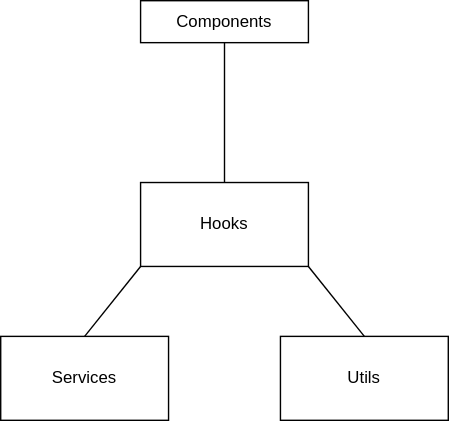
Before: Structure.svg, a diagram exported from draw.io (LauriKajakko/reaktor-challenge-2021). Source tidied: cells renumbered, new cells last; positions are measured from the earlier drawing's top-left corner, leaving out a move shared by most shapes. Source of this version:
```xml
<mxGraphModel>
  <root>
    <mxCell id="0" />
    <mxCell id="1" parent="0" />
    <mxCell id="2" style="rounded=0;whiteSpace=wrap;html=1;" parent="1" vertex="1">
      <mxGeometry x="100" y="130" width="120" height="60" as="geometry" />
    </mxCell>
    <mxCell id="3" style="rounded=0;whiteSpace=wrap;html=1;" parent="1" vertex="1">
      <mxGeometry x="200" y="240" width="120" height="60" as="geometry" />
    </mxCell>
    <mxCell id="4" value="Hooks" style="text;html=1;strokeColor=none;fillColor=none;align=center;verticalAlign=middle;whiteSpace=wrap;rounded=0;" parent="1" vertex="1">
      <mxGeometry x="140" y="150" width="40" height="20" as="geometry" />
    </mxCell>
    <mxCell id="5" value="Utils" style="text;html=1;strokeColor=none;fillColor=none;align=center;verticalAlign=middle;whiteSpace=wrap;rounded=0;" parent="1" vertex="1">
      <mxGeometry x="240" y="260" width="40" height="20" as="geometry" />
    </mxCell>
    <mxCell id="6" style="rounded=0;whiteSpace=wrap;html=1;" parent="1" vertex="1">
      <mxGeometry y="240" width="120" height="60" as="geometry" />
    </mxCell>
    <mxCell id="7" value="Services" style="text;html=1;strokeColor=none;fillColor=none;align=center;verticalAlign=middle;whiteSpace=wrap;rounded=0;" parent="1" vertex="1">
      <mxGeometry x="40" y="260" width="40" height="20" as="geometry" />
    </mxCell>
    <mxCell id="8" style="endArrow=none;html=1;entryX=0;entryY=1;entryDx=0;entryDy=0;exitX=0.5;exitY=0;exitDx=0;exitDy=0;" parent="1" edge="1" source="6" target="2">
      <mxGeometry relative="1" as="geometry" />
    </mxCell>
    <mxCell id="9" style="endArrow=none;html=1;entryX=1;entryY=1;entryDx=0;entryDy=0;exitX=0.5;exitY=0;exitDx=0;exitDy=0;" parent="1" edge="1" source="3" target="2">
      <mxGeometry relative="1" as="geometry" />
    </mxCell>
    <mxCell id="10" style="rounded=0;whiteSpace=wrap;html=1;" parent="1" vertex="1">
      <mxGeometry x="100" width="120" height="30" as="geometry" />
    </mxCell>
    <mxCell id="11" value="Components" style="text;html=1;strokeColor=none;fillColor=none;align=center;verticalAlign=middle;whiteSpace=wrap;rounded=0;" parent="1" vertex="1">
      <mxGeometry x="140" y="5" width="40" height="20" as="geometry" />
    </mxCell>
    <mxCell id="12" style="endArrow=none;html=1;exitX=0.5;exitY=0;exitDx=0;exitDy=0;entryX=0.5;entryY=1;entryDx=0;entryDy=0;" parent="1" edge="1" source="2" target="10">
      <mxGeometry relative="1" as="geometry" />
    </mxCell>
  </root>
</mxGraphModel>
```
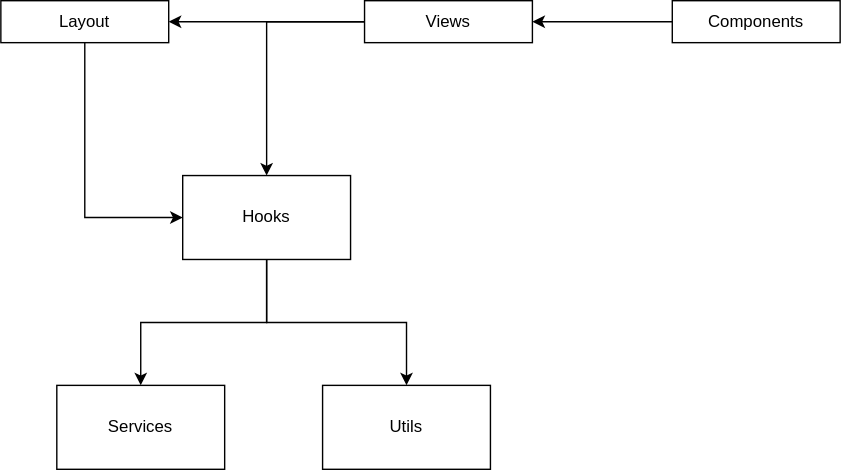
The same file after the commit.

Change to the diagram source:
```diff
@@ -1,39 +1,60 @@
-<mxGraphModel>
+<mxGraphModel background="#FFFFFF">
   <root>
     <mxCell id="0" />
     <mxCell id="1" parent="0" />
+    <mxCell id="13" style="edgeStyle=orthogonalEdgeStyle;rounded=0;jettySize=auto;html=1;exitX=0.5;exitY=1;exitDx=0;exitDy=0;entryX=0.5;entryY=0;entryDx=0;entryDy=0;" parent="1" edge="1" source="2" target="6">
+      <mxGeometry relative="1" as="geometry" />
+    </mxCell>
+    <mxCell id="14" style="edgeStyle=orthogonalEdgeStyle;rounded=0;jettySize=auto;html=1;exitX=0.5;exitY=1;exitDx=0;exitDy=0;" parent="1" edge="1" source="2" target="3">
+      <mxGeometry relative="1" as="geometry" />
+    </mxCell>
     <mxCell id="2" style="rounded=0;whiteSpace=wrap;html=1;" parent="1" vertex="1">
       <mxGeometry x="100" y="130" width="120" height="60" as="geometry" />
     </mxCell>
     <mxCell id="3" style="rounded=0;whiteSpace=wrap;html=1;" parent="1" vertex="1">
-      <mxGeometry x="200" y="240" width="120" height="60" as="geometry" />
+      <mxGeometry x="200" y="280" width="120" height="60" as="geometry" />
     </mxCell>
     <mxCell id="4" value="Hooks" style="text;html=1;strokeColor=none;fillColor=none;align=center;verticalAlign=middle;whiteSpace=wrap;rounded=0;" parent="1" vertex="1">
       <mxGeometry x="140" y="150" width="40" height="20" as="geometry" />
     </mxCell>
     <mxCell id="5" value="Utils" style="text;html=1;strokeColor=none;fillColor=none;align=center;verticalAlign=middle;whiteSpace=wrap;rounded=0;" parent="1" vertex="1">
-      <mxGeometry x="240" y="260" width="40" height="20" as="geometry" />
+      <mxGeometry x="240" y="300" width="40" height="20" as="geometry" />
     </mxCell>
     <mxCell id="6" style="rounded=0;whiteSpace=wrap;html=1;" parent="1" vertex="1">
-      <mxGeometry y="240" width="120" height="60" as="geometry" />
+      <mxGeometry x="10" y="280" width="120" height="60" as="geometry" />
     </mxCell>
     <mxCell id="7" value="Services" style="text;html=1;strokeColor=none;fillColor=none;align=center;verticalAlign=middle;whiteSpace=wrap;rounded=0;" parent="1" vertex="1">
-      <mxGeometry x="40" y="260" width="40" height="20" as="geometry" />
+      <mxGeometry x="50" y="300" width="40" height="20" as="geometry" />
     </mxCell>
-    <mxCell id="8" style="endArrow=none;html=1;entryX=0;entryY=1;entryDx=0;entryDy=0;exitX=0.5;exitY=0;exitDx=0;exitDy=0;" parent="1" edge="1" source="6" target="2">
-      <mxGeometry relative="1" as="geometry" />
-    </mxCell>
-    <mxCell id="9" style="endArrow=none;html=1;entryX=1;entryY=1;entryDx=0;entryDy=0;exitX=0.5;exitY=0;exitDx=0;exitDy=0;" parent="1" edge="1" source="3" target="2">
-      <mxGeometry relative="1" as="geometry" />
-    </mxCell>
+    <mxCell id="15" style="edgeStyle=orthogonalEdgeStyle;rounded=0;jettySize=auto;html=1;exitX=0;exitY=0.5;exitDx=0;exitDy=0;entryX=1;entryY=0.5;entryDx=0;entryDy=0;" parent="1" edge="1" source="10" target="18">
+      <mxGeometry relative="1" as="geometry" />
+    </mxCell>
     <mxCell id="10" style="rounded=0;whiteSpace=wrap;html=1;" parent="1" vertex="1">
-      <mxGeometry x="100" width="120" height="30" as="geometry" />
+      <mxGeometry x="450" y="5" width="120" height="30" as="geometry" />
     </mxCell>
     <mxCell id="11" value="Components" style="text;html=1;strokeColor=none;fillColor=none;align=center;verticalAlign=middle;whiteSpace=wrap;rounded=0;" parent="1" vertex="1">
-      <mxGeometry x="140" y="5" width="40" height="20" as="geometry" />
+      <mxGeometry x="490" y="10" width="40" height="20" as="geometry" />
     </mxCell>
-    <mxCell id="12" style="endArrow=none;html=1;exitX=0.5;exitY=0;exitDx=0;exitDy=0;entryX=0.5;entryY=1;entryDx=0;entryDy=0;" parent="1" edge="1" source="2" target="10">
-      <mxGeometry relative="1" as="geometry" />
-    </mxCell>
+    <mxCell id="16" style="edgeStyle=orthogonalEdgeStyle;rounded=0;jettySize=auto;html=1;exitX=0;exitY=0.5;exitDx=0;exitDy=0;entryX=1;entryY=0.5;entryDx=0;entryDy=0;" parent="1" edge="1" source="18" target="20">
+      <mxGeometry relative="1" as="geometry" />
+    </mxCell>
+    <mxCell id="17" style="edgeStyle=orthogonalEdgeStyle;rounded=0;jettySize=auto;html=1;exitX=0;exitY=0.5;exitDx=0;exitDy=0;entryX=0.5;entryY=0;entryDx=0;entryDy=0;" parent="1" edge="1" source="18" target="2">
+      <mxGeometry relative="1" as="geometry" />
+    </mxCell>
+    <mxCell id="18" style="rounded=0;whiteSpace=wrap;html=1;" parent="1" vertex="1">
+      <mxGeometry x="230" y="5" width="120" height="30" as="geometry" />
+    </mxCell>
+    <mxCell id="19" style="edgeStyle=orthogonalEdgeStyle;rounded=0;jettySize=auto;html=1;exitX=0.5;exitY=1;exitDx=0;exitDy=0;entryX=0;entryY=0.5;entryDx=0;entryDy=0;" parent="1" edge="1" source="20" target="2">
+      <mxGeometry relative="1" as="geometry" />
+    </mxCell>
+    <mxCell id="20" style="rounded=0;whiteSpace=wrap;html=1;" parent="1" vertex="1">
+      <mxGeometry x="-30" y="5" width="120" height="30" as="geometry" />
+    </mxCell>
+    <mxCell id="21" value="Views" style="text;html=1;strokeColor=none;fillColor=none;align=center;verticalAlign=middle;whiteSpace=wrap;rounded=0;" parent="1" vertex="1">
+      <mxGeometry x="270" y="10" width="40" height="20" as="geometry" />
+    </mxCell>
+    <mxCell id="22" value="Layout" style="text;html=1;strokeColor=none;fillColor=none;align=center;verticalAlign=middle;whiteSpace=wrap;rounded=0;" parent="1" vertex="1">
+      <mxGeometry x="10" y="10" width="40" height="20" as="geometry" />
+    </mxCell>
   </root>
 </mxGraphModel>
```
